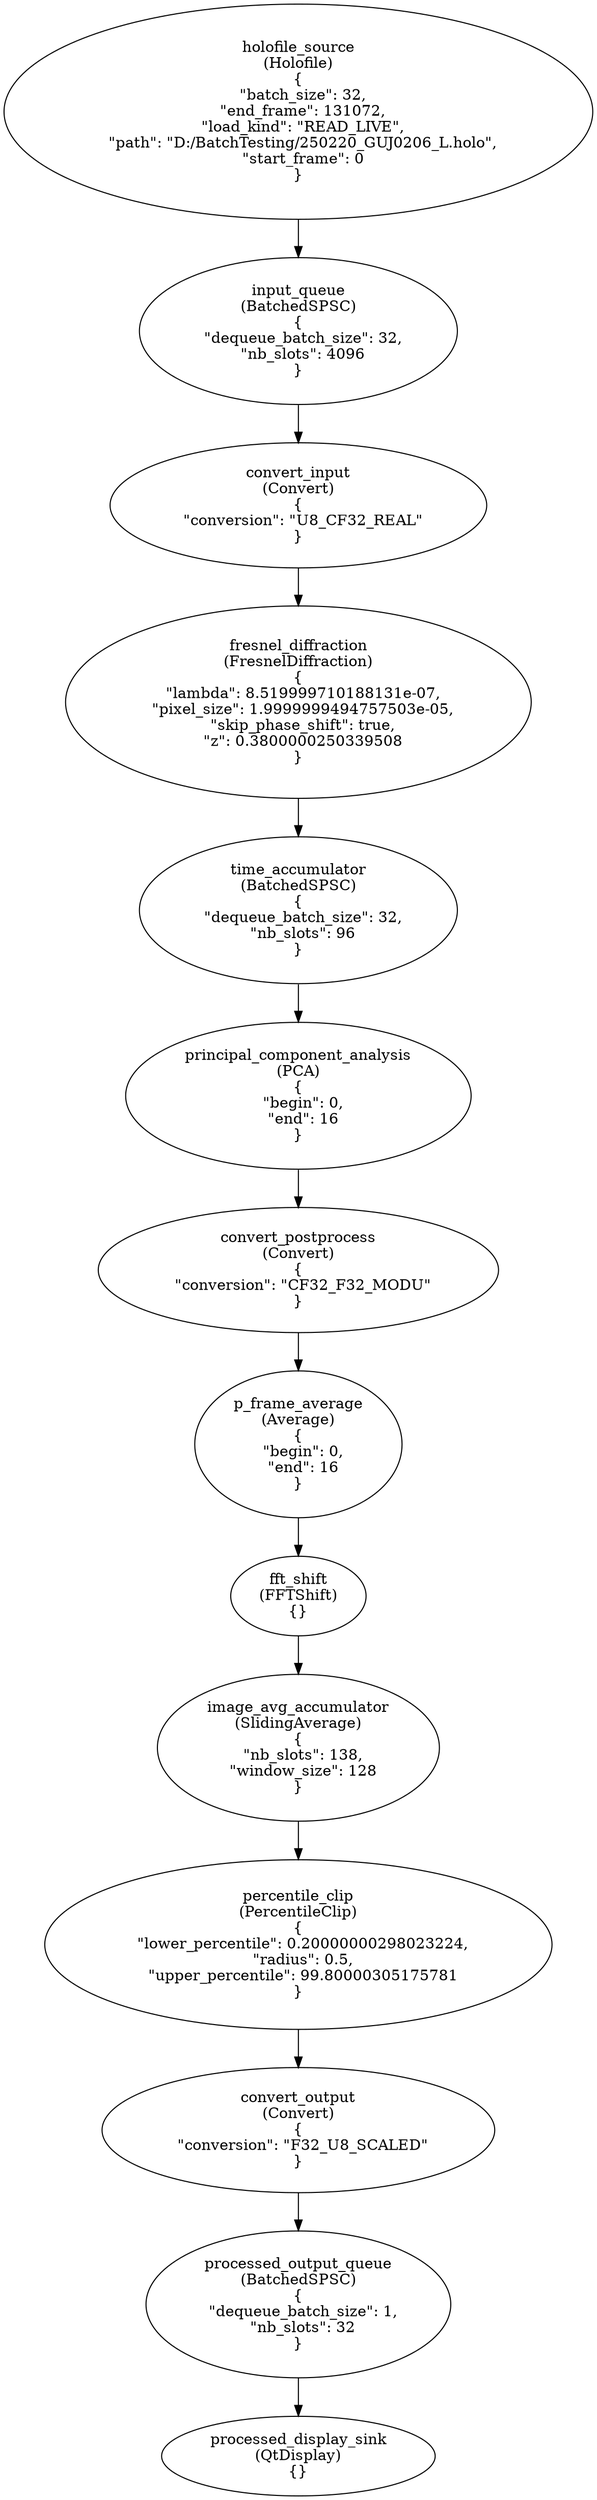
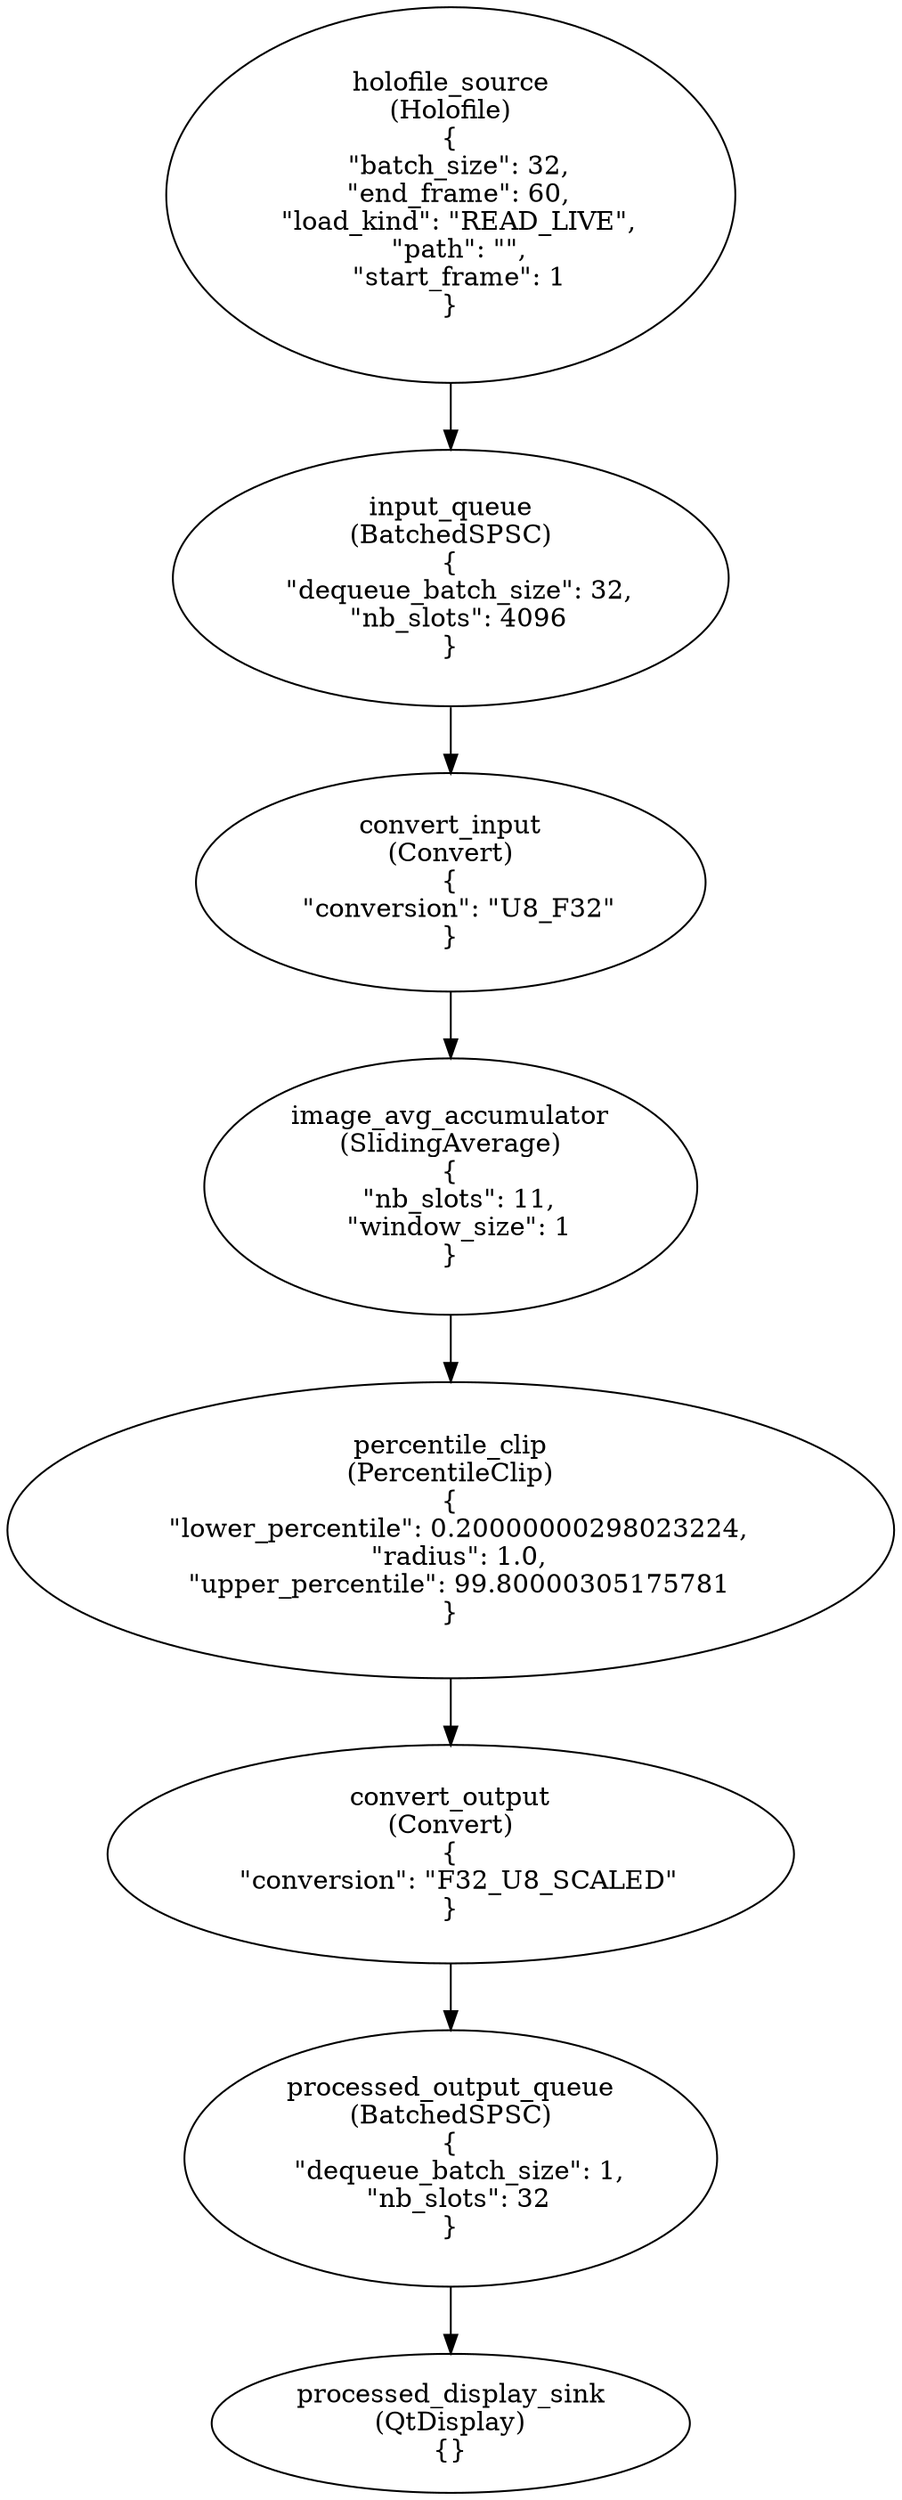
digraph G {
0[label="holofile_source\n(Holofile)\n{
  \"batch_size\": 32,
-   \"end_frame\": 131072,
+   \"end_frame\": 60,
  \"load_kind\": \"READ_LIVE\",
-   \"path\": \"D:/BatchTesting/250220_GUJ0206_L.holo\",
-   \"start_frame\": 0
+   \"path\": \"\",
+   \"start_frame\": 1
}"];
1[label="input_queue\n(BatchedSPSC)\n{
  \"dequeue_batch_size\": 32,
  \"nb_slots\": 4096
}"];
2[label="convert_input\n(Convert)\n{
-   \"conversion\": \"U8_CF32_REAL\"
+   \"conversion\": \"U8_F32\"
}"];
- 3[label="fresnel_diffraction\n(FresnelDiffraction)\n{
-   \"lambda\": 8.519999710188131e-07,
-   \"pixel_size\": 1.9999999494757503e-05,
-   \"skip_phase_shift\": true,
-   \"z\": 0.3800000250339508
+ 3[label="image_avg_accumulator\n(SlidingAverage)\n{
+   \"nb_slots\": 11,
+   \"window_size\": 1
}"];
- 4[label="time_accumulator\n(BatchedSPSC)\n{
-   \"dequeue_batch_size\": 32,
-   \"nb_slots\": 96
- }"];
- 5[label="principal_component_analysis\n(PCA)\n{
-   \"begin\": 0,
-   \"end\": 16
- }"];
- 6[label="convert_postprocess\n(Convert)\n{
-   \"conversion\": \"CF32_F32_MODU\"
- }"];
- 7[label="p_frame_average\n(Average)\n{
-   \"begin\": 0,
-   \"end\": 16
- }"];
- 8[label="fft_shift\n(FFTShift)\n{}"];
- 9[label="image_avg_accumulator\n(SlidingAverage)\n{
-   \"nb_slots\": 138,
-   \"window_size\": 128
- }"];
- 10[label="percentile_clip\n(PercentileClip)\n{
+ 4[label="percentile_clip\n(PercentileClip)\n{
  \"lower_percentile\": 0.20000000298023224,
-   \"radius\": 0.5,
+   \"radius\": 1.0,
  \"upper_percentile\": 99.80000305175781
}"];
- 11[label="convert_output\n(Convert)\n{
+ 5[label="convert_output\n(Convert)\n{
  \"conversion\": \"F32_U8_SCALED\"
}"];
- 12[label="processed_output_queue\n(BatchedSPSC)\n{
+ 6[label="processed_output_queue\n(BatchedSPSC)\n{
  \"dequeue_batch_size\": 1,
  \"nb_slots\": 32
}"];
- 13[label="processed_display_sink\n(QtDisplay)\n{}"];
+ 7[label="processed_display_sink\n(QtDisplay)\n{}"];
0->1 ;
1->2 ;
2->3 ;
3->4 ;
4->5 ;
5->6 ;
6->7 ;
- 7->8 ;
- 8->9 ;
- 9->10 ;
- 10->11 ;
- 11->12 ;
- 12->13 ;
}
